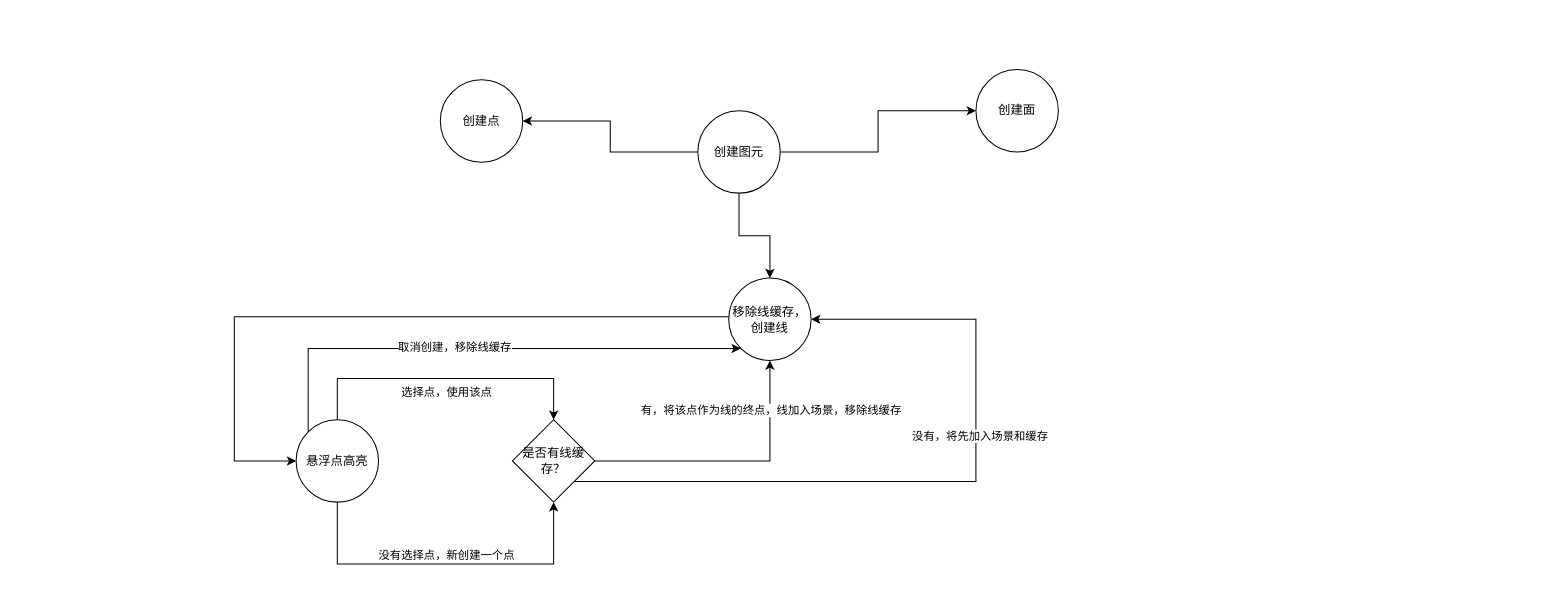
The draw.io diagram 未命名绘图.drawio in Harekaze-Misakiakeno/uml, before the edit. Source tidied: cells renumbered, new cells numbered last; positions are measured from the earlier drawing's top-left corner, leaving out a move shared by most shapes. Both pictures are drawn from the tidied source at 103%, with x=0, y=0 at pixel (234, 69).
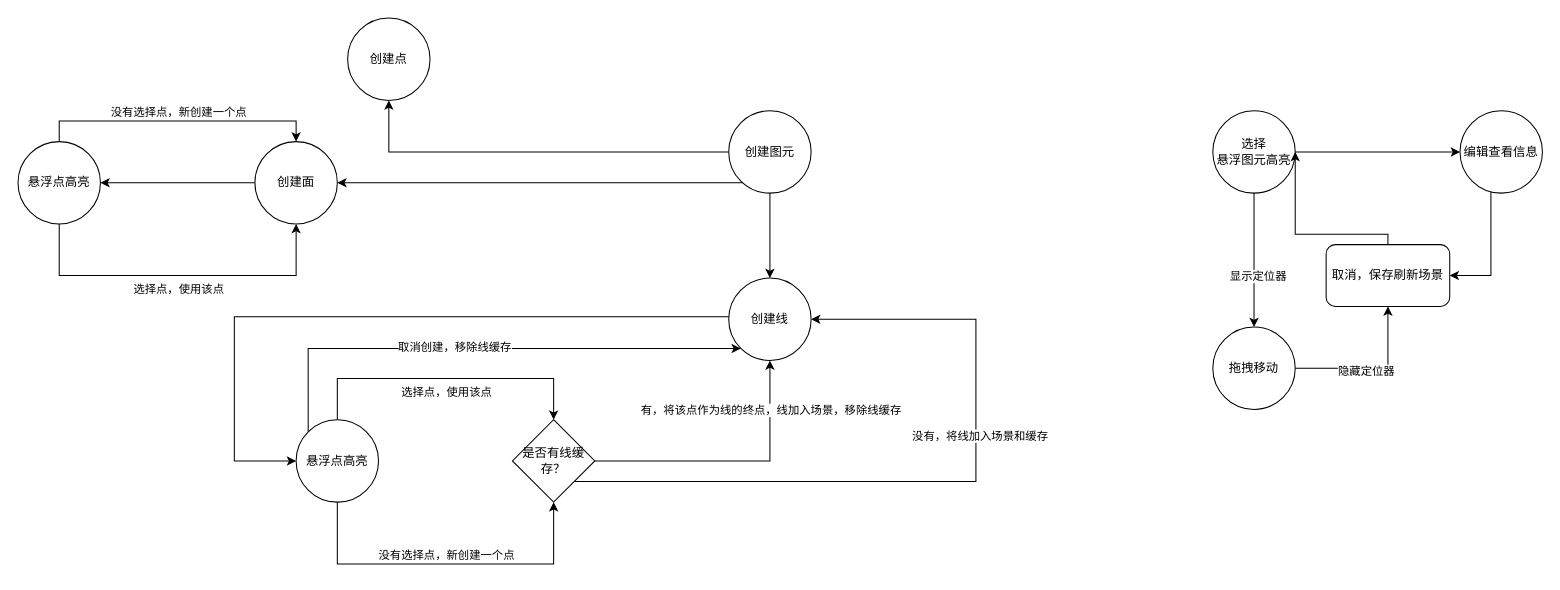
After the change.

Commit message:
更新未命名绘图.drawio

Unchanged cells that the change refers to:
```xml
<mxCell id="12" style="edgeStyle=orthogonalEdgeStyle;rounded=0;jettySize=auto;html=1;entryX=1;entryY=0.5;entryDx=0;entryDy=0;" parent="1" edge="1" source="14" target="8">
  <mxGeometry relative="1" as="geometry">
    <Array as="points">
      <mxPoint x="720" y="400" />
      <mxPoint x="720" y="243" />
    </Array>
  </mxGeometry>
</mxCell>
```

What changed in the source:
```diff
@@
     <mxCell id="4" style="edgeStyle=orthogonalEdgeStyle;rounded=0;jettySize=auto;html=1;" parent="1" edge="1" source="5" target="9">
-      <mxGeometry relative="1" as="geometry" />
+      <mxGeometry relative="1" as="geometry">
+        <Array as="points">
+          <mxPoint x="160" y="110" />
+          <mxPoint x="160" y="110" />
+        </Array>
+      </mxGeometry>
     </mxCell>
     <mxCell id="5" value="创建图元" style="ellipse;whiteSpace=wrap;html=1;" parent="1" vertex="1">
-      <mxGeometry x="450" y="40" width="80" height="80" as="geometry" />
+      <mxGeometry x="480" y="40" width="80" height="80" as="geometry" />
     </mxCell>
     <mxCell id="6" value="创建点" style="ellipse;whiteSpace=wrap;html=1;" parent="1" vertex="1">
-      <mxGeometry x="200" y="10" width="80" height="80" as="geometry" />
+      <mxGeometry x="110" y="-50" width="80" height="80" as="geometry" />
     </mxCell>
@@
-    <mxCell id="8" value="移除线缓存，创建线" style="ellipse;whiteSpace=wrap;html=1;" parent="1" vertex="1">
+    <mxCell id="8" value="创建线" style="ellipse;whiteSpace=wrap;html=1;" parent="1" vertex="1">
       <mxGeometry x="480" y="202.5" width="80" height="80" as="geometry" />
     </mxCell>
+    <mxCell id="22" style="edgeStyle=orthogonalEdgeStyle;rounded=0;jettySize=auto;html=1;exitX=0;exitY=0.5;exitDx=0;exitDy=0;entryX=1;entryY=0.5;entryDx=0;entryDy=0;" parent="1" edge="1" source="9" target="36">
+      <mxGeometry relative="1" as="geometry" />
+    </mxCell>
     <mxCell id="9" value="创建面" style="ellipse;whiteSpace=wrap;html=1;" parent="1" vertex="1">
-      <mxGeometry x="720" width="80" height="80" as="geometry" />
+      <mxGeometry x="20" y="70" width="80" height="80" as="geometry" />
     </mxCell>
@@
-    <mxCell id="13" value="没有，将先加入场景和缓存" style="edgeLabel;html=1;align=center;verticalAlign=middle;" parent="12" vertex="1">
+    <mxCell id="13" value="没有，将线加入场景和缓存" style="edgeLabel;html=1;align=center;verticalAlign=middle;" parent="12" vertex="1">
       <mxGeometry x="0.23" y="-3" relative="1" as="geometry" />
     </mxCell>
@@
+    <mxCell id="23" style="edgeStyle=orthogonalEdgeStyle;rounded=0;jettySize=auto;html=1;entryX=0.5;entryY=0;entryDx=0;entryDy=0;" parent="1" edge="1" source="26" target="29">
+      <mxGeometry relative="1" as="geometry" />
+    </mxCell>
+    <mxCell id="24" value="显示定位器" style="edgeLabel;html=1;align=center;verticalAlign=middle;" parent="23" vertex="1">
+      <mxGeometry x="0.23" y="3" relative="1" as="geometry" />
+    </mxCell>
+    <mxCell id="25" style="edgeStyle=orthogonalEdgeStyle;rounded=0;jettySize=auto;html=1;" parent="1" edge="1" source="26" target="31">
+      <mxGeometry relative="1" as="geometry" />
+    </mxCell>
+    <mxCell id="26" value="选择&lt;br&gt;悬浮图元高亮" style="ellipse;whiteSpace=wrap;html=1;" parent="1" vertex="1">
+      <mxGeometry x="950" y="40" width="80" height="80" as="geometry" />
+    </mxCell>
+    <mxCell id="27" style="edgeStyle=orthogonalEdgeStyle;rounded=0;jettySize=auto;html=1;" parent="1" edge="1" source="29" target="33">
+      <mxGeometry relative="1" as="geometry" />
+    </mxCell>
+    <mxCell id="28" value="隐藏定位器" style="edgeLabel;html=1;align=center;verticalAlign=middle;" parent="27" vertex="1">
+      <mxGeometry x="-0.09" y="-2" relative="1" as="geometry" />
+    </mxCell>
+    <mxCell id="29" value="拖拽移动" style="ellipse;whiteSpace=wrap;html=1;" parent="1" vertex="1">
+      <mxGeometry x="950" y="250" width="80" height="80" as="geometry" />
+    </mxCell>
+    <mxCell id="30" style="edgeStyle=orthogonalEdgeStyle;rounded=0;jettySize=auto;html=1;entryX=1;entryY=0.5;entryDx=0;entryDy=0;" parent="1" edge="1" source="31" target="33">
+      <mxGeometry relative="1" as="geometry">
+        <Array as="points">
+          <mxPoint x="1220" y="200" />
+        </Array>
+      </mxGeometry>
+    </mxCell>
+    <mxCell id="31" value="编辑查看信息" style="ellipse;whiteSpace=wrap;html=1;" parent="1" vertex="1">
+      <mxGeometry x="1190" y="40" width="80" height="80" as="geometry" />
+    </mxCell>
+    <mxCell id="32" style="edgeStyle=orthogonalEdgeStyle;rounded=0;jettySize=auto;html=1;" parent="1" edge="1" source="33" target="26">
+      <mxGeometry relative="1" as="geometry">
+        <Array as="points">
+          <mxPoint x="1120" y="160" />
+          <mxPoint x="1030" y="160" />
+        </Array>
+      </mxGeometry>
+    </mxCell>
+    <mxCell id="33" value="取消，保存刷新场景" style="rounded=1;whiteSpace=wrap;html=1;" parent="1" vertex="1">
+      <mxGeometry x="1060" y="170" width="120" height="60" as="geometry" />
+    </mxCell>
+    <mxCell id="34" style="edgeStyle=orthogonalEdgeStyle;rounded=0;jettySize=auto;html=1;exitX=0.5;exitY=0;exitDx=0;exitDy=0;entryX=0.5;entryY=0;entryDx=0;entryDy=0;" parent="1" edge="1" source="36" target="9">
+      <mxGeometry relative="1" as="geometry" />
+    </mxCell>
+    <mxCell id="35" value="没有选择点，新创建一个点" style="edgeLabel;html=1;align=center;verticalAlign=bottom;" parent="34" vertex="1">
+      <mxGeometry relative="1" as="geometry" />
+    </mxCell>
+    <mxCell id="36" value="悬浮点高亮" style="ellipse;whiteSpace=wrap;html=1;" parent="1" vertex="1">
+      <mxGeometry x="-210" y="70" width="80" height="80" as="geometry" />
+    </mxCell>
+    <mxCell id="37" style="edgeStyle=orthogonalEdgeStyle;rounded=0;jettySize=auto;html=1;exitX=0.5;exitY=1;exitDx=0;exitDy=0;verticalAlign=top;entryX=0.5;entryY=1;entryDx=0;entryDy=0;" parent="1" edge="1" source="36" target="9">
+      <mxGeometry relative="1" as="geometry">
+        <Array as="points">
+          <mxPoint x="-170" y="200" />
+          <mxPoint x="60" y="200" />
+        </Array>
+      </mxGeometry>
+    </mxCell>
+    <mxCell id="38" value="选择点，使用该点" style="edgeLabel;html=1;align=center;verticalAlign=top;" parent="37" vertex="1">
+      <mxGeometry relative="1" as="geometry" />
+    </mxCell>
```
